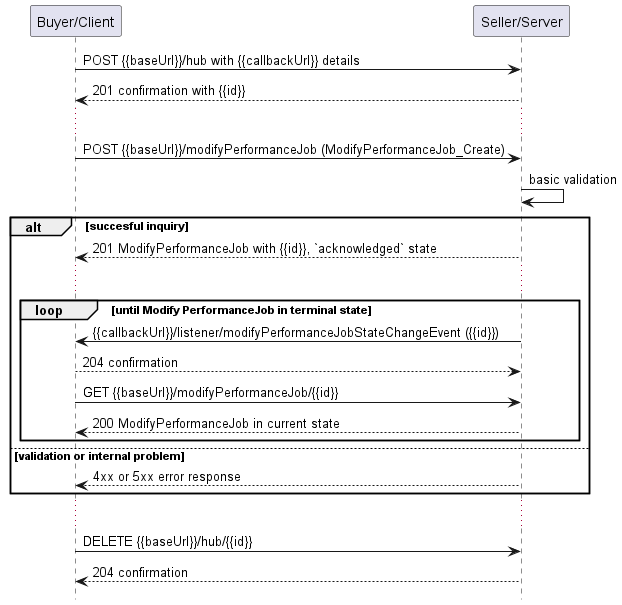
MEF-GIT/MEF-LSO-Legato-SDK keeps this PlantUML diagram as documentation/serviceApi/pm/performance/media/useCase9Notification.png. Above is the earlier version. Source of this version:
```plantuml
@startuml useCase9Notification

hide footbox

participant "Buyer/Client" as B
participant "Seller/Server" as S

B -> S: POST {{baseUrl}}/hub with {{callbackUrl}} details
S --> B: 201 confirmation with {{id}}
...
B -> S: POST {{baseUrl}}/modifyPerformanceJob (ModifyPerformanceJob_Create)
S -> S: basic validation

alt succesful inquiry
  S --> B: 201 ModifyPerformanceJob with {{id}}, `acknowledged` state
  ...

  group loop [until Modify PerformanceJob in terminal state]
      S -> B: {{callbackUrl}}/listener/modifyPerformanceJobStateChangeEvent ({{id}})
      B --> S: 204 confirmation
      B -> S:   GET {{baseUrl}}/modifyPerformanceJob/{{id}}
      return 200 ModifyPerformanceJob in current state
  end

else validation or internal problem
  S --> B : 4xx or 5xx error response
end

...

B -> S : DELETE {{baseUrl}}/hub/{{id}}
S --> B : 204 confirmation

@enduml
```
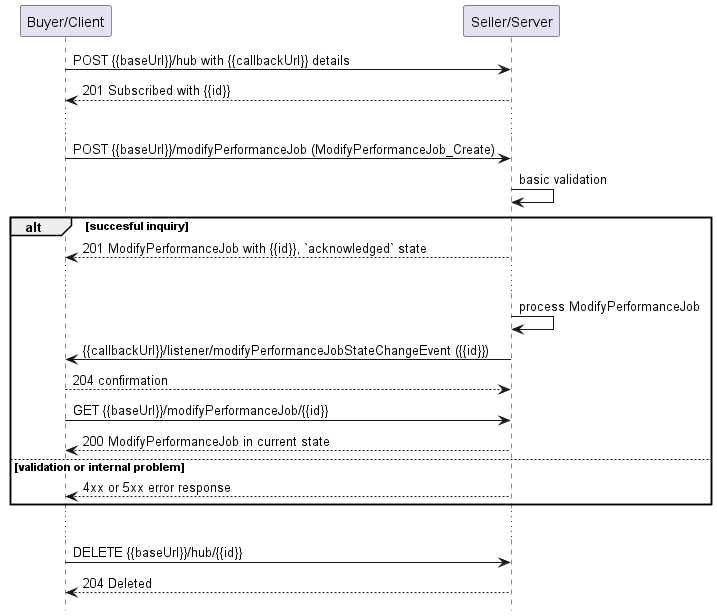
Above is the later version.

Diff of the diagram source:
```diff
@@ -6,21 +6,21 @@
 participant "Seller/Server" as S
 
 B -> S: POST {{baseUrl}}/hub with {{callbackUrl}} details
-S --> B: 201 confirmation with {{id}}
+S --> B: 201 Subscribed with {{id}}
 ...
 B -> S: POST {{baseUrl}}/modifyPerformanceJob (ModifyPerformanceJob_Create)
 S -> S: basic validation
 
 alt succesful inquiry
-  S --> B: 201 ModifyPerformanceJob with {{id}}, `acknowledged` state
-  ...
+S --> B: 201 ModifyPerformanceJob with {{id}}, `acknowledged` state
+...
 
-  group loop [until Modify PerformanceJob in terminal state]
-      S -> B: {{callbackUrl}}/listener/modifyPerformanceJobStateChangeEvent ({{id}})
-      B --> S: 204 confirmation
-      B -> S:   GET {{baseUrl}}/modifyPerformanceJob/{{id}}
-      return 200 ModifyPerformanceJob in current state
-  end
+S -> S: process ModifyPerformanceJob
+
+S -> B: {{callbackUrl}}/listener/modifyPerformanceJobStateChangeEvent ({{id}})
+B --> S: 204 confirmation
+B -> S:   GET {{baseUrl}}/modifyPerformanceJob/{{id}}
+return 200 ModifyPerformanceJob in current state
 
 else validation or internal problem
   S --> B : 4xx or 5xx error response
@@ -29,6 +29,6 @@
 ...
 
 B -> S : DELETE {{baseUrl}}/hub/{{id}}
-S --> B : 204 confirmation
+S --> B : 204 Deleted
 
 @enduml
```
